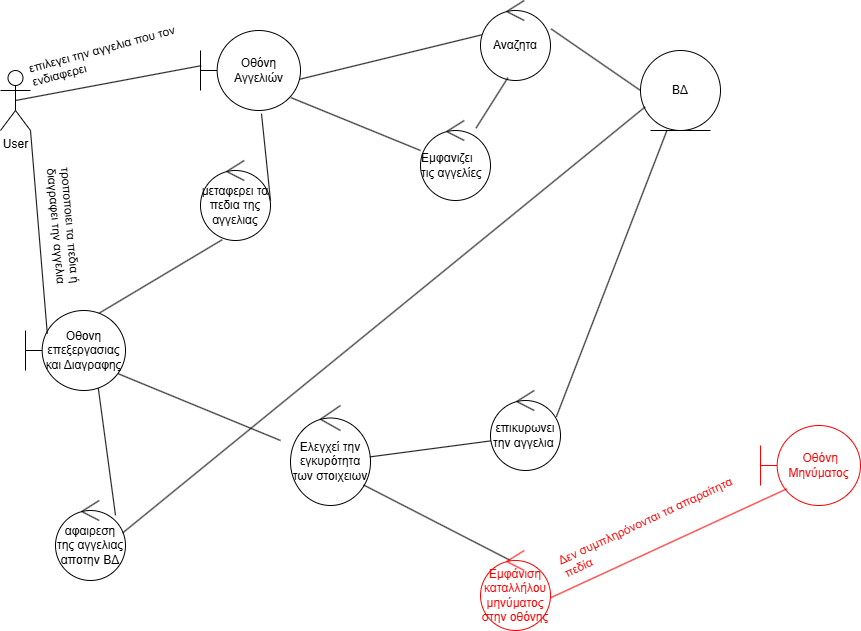
GeorgeTsav/Software-Technology---Project-2024-2025 keeps this draw.io diagram as RD-UC7.png. Above is the earlier version. Source tidied: cells renumbered, new cells last; positions are measured from the earlier drawing's top-left corner, leaving out a move shared by most shapes.
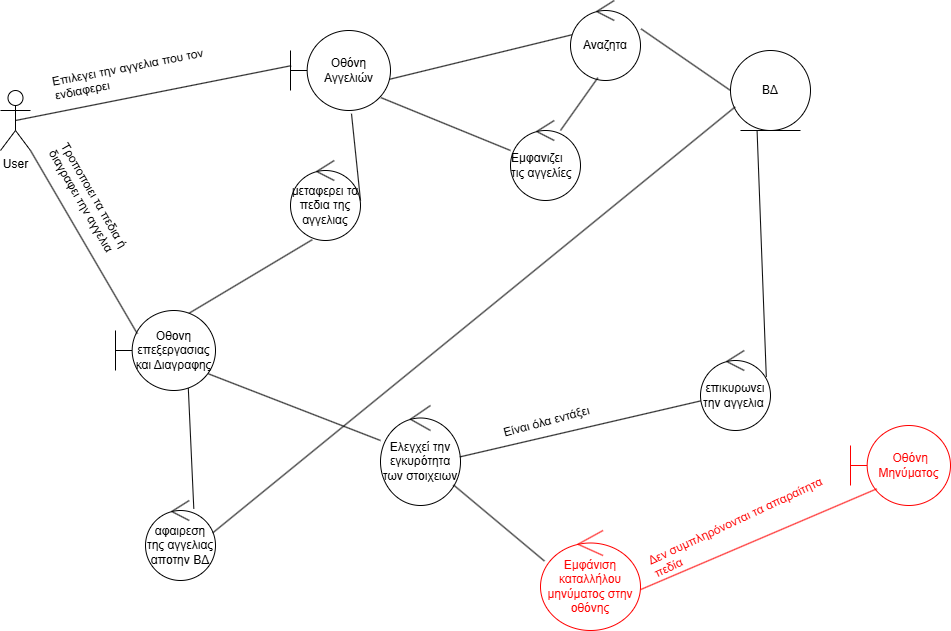
After the commit.

Diff of the diagram source:
```diff
@@ -3,7 +3,7 @@
     <mxCell id="0" />
     <mxCell id="1" parent="0" />
     <mxCell id="2" value="User" style="shape=umlActor;verticalLabelPosition=bottom;verticalAlign=top;html=1;outlineConnect=0;" parent="1" vertex="1">
-      <mxGeometry x="10" y="70" width="30" height="60" as="geometry" />
+      <mxGeometry x="-80" y="90" width="30" height="60" as="geometry" />
     </mxCell>
     <mxCell id="3" value="&lt;div style=&quot;text-align: left;&quot;&gt;&lt;span style=&quot;background-color: transparent; color: light-dark(rgb(0, 0, 0), rgb(255, 255, 255));&quot;&gt;Εμφανιζει τις αγγελίες&lt;/span&gt;&lt;/div&gt;" style="ellipse;shape=umlControl;whiteSpace=wrap;html=1;" parent="1" vertex="1">
       <mxGeometry x="430" y="120" width="70" height="80" as="geometry" />
@@ -17,7 +17,7 @@
     <mxCell id="6" value="Αναζητα" style="ellipse;shape=umlControl;whiteSpace=wrap;html=1;" parent="1" vertex="1">
       <mxGeometry x="490" width="70" height="80" as="geometry" />
     </mxCell>
-    <mxCell id="7" style="endArrow=none;html=1;rounded=0;exitX=0.391;exitY=0.965;exitDx=0;exitDy=0;exitPerimeter=0;" parent="1" edge="1" source="6" target="3">
+    <mxCell id="7" style="endArrow=none;html=1;rounded=0;exitX=0.391;exitY=0.965;exitDx=0;exitDy=0;exitPerimeter=0;entryX=0.714;entryY=0.125;entryDx=0;entryDy=0;entryPerimeter=0;" parent="1" edge="1" source="6" target="3">
       <mxGeometry relative="1" as="geometry" />
     </mxCell>
     <mxCell id="8" style="endArrow=none;html=1;rounded=0;exitX=1.009;exitY=0.355;exitDx=0;exitDy=0;exitPerimeter=0;entryX=0;entryY=0.5;entryDx=0;entryDy=0;" parent="1" edge="1" source="6" target="9">
@@ -29,8 +29,8 @@
     <mxCell id="10" style="endArrow=none;html=1;rounded=0;entryX=0.006;entryY=0.44;entryDx=0;entryDy=0;entryPerimeter=0;exitX=0.5;exitY=0.5;exitDx=0;exitDy=0;exitPerimeter=0;" parent="1" edge="1" source="2" target="4">
       <mxGeometry relative="1" as="geometry" />
     </mxCell>
-    <mxCell id="11" value="επιλεγει την αγγελια που τον ενδιαφερει" style="text;whiteSpace=wrap;html=1;rotation=-15;" parent="1" vertex="1">
-      <mxGeometry x="35" y="30" width="190" height="40" as="geometry" />
+    <mxCell id="11" value="Επιλεγει την αγγελια που τον ενδιαφερει" style="text;whiteSpace=wrap;html=1;rotation=-11;" parent="1" vertex="1">
+      <mxGeometry x="-30" y="50" width="190" height="40" as="geometry" />
     </mxCell>
     <mxCell id="12" style="endArrow=none;html=1;rounded=0;entryX=0.906;entryY=0.84;entryDx=0;entryDy=0;entryPerimeter=0;exitX=0;exitY=0.375;exitDx=0;exitDy=0;exitPerimeter=0;" parent="1" edge="1" source="3" target="4">
       <mxGeometry relative="1" as="geometry" />
@@ -44,16 +44,14 @@
     <mxCell id="15" style="endArrow=none;html=1;rounded=0;exitX=0.218;exitY=0.29;exitDx=0;exitDy=0;exitPerimeter=0;entryX=1;entryY=1;entryDx=0;entryDy=0;entryPerimeter=0;" parent="1" edge="1" source="14" target="2">
       <mxGeometry relative="1" as="geometry" />
     </mxCell>
-    <mxCell id="16" value="τροποποιει τα πεδια ή διαγραφει την αγγελια&amp;nbsp;" style="text;whiteSpace=wrap;html=1;rotation=85;" parent="1" vertex="1">
-      <mxGeometry y="220" width="150" height="40" as="geometry" />
+    <mxCell id="16" value="Τροποποιει τα πεδια ή διαγραφει την αγγελια&amp;nbsp;" style="text;whiteSpace=wrap;html=1;rotation=60;" parent="1" vertex="1">
+      <mxGeometry x="-60" y="190" width="150" height="40" as="geometry" />
     </mxCell>
     <mxCell id="17" value="επικυρωνει την αγγελια&amp;nbsp;" style="ellipse;shape=umlControl;whiteSpace=wrap;html=1;" parent="1" vertex="1">
-      <mxGeometry x="500" y="390" width="70" height="80" as="geometry" />
+      <mxGeometry x="620" y="350" width="70" height="80" as="geometry" />
     </mxCell>
-    <mxCell id="18" style="endArrow=none;html=1;rounded=0;entryX=0.926;entryY=0.79;entryDx=0;entryDy=0;entryPerimeter=0;" parent="1" edge="1" target="14">
-      <mxGeometry relative="1" as="geometry">
-        <mxPoint x="290" y="440" as="sourcePoint" />
-      </mxGeometry>
+    <mxCell id="18" style="endArrow=none;html=1;rounded=0;entryX=0.926;entryY=0.79;entryDx=0;entryDy=0;entryPerimeter=0;exitX=0;exitY=0.35;exitDx=0;exitDy=0;exitPerimeter=0;" parent="1" edge="1" source="19" target="14">
+      <mxGeometry relative="1" as="geometry" />
     </mxCell>
     <mxCell id="19" value="Ελεγχεί την εγκυρότητα των στοιχειων" style="ellipse;shape=umlControl;whiteSpace=wrap;html=1;" parent="1" vertex="1">
       <mxGeometry x="300" y="405" width="80" height="100" as="geometry" />
@@ -67,19 +65,17 @@
     <mxCell id="22" value="αφαιρεση της αγγελιας αποτην ΒΔ" style="ellipse;shape=umlControl;whiteSpace=wrap;html=1;" parent="1" vertex="1">
       <mxGeometry x="65" y="500" width="70" height="80" as="geometry" />
     </mxCell>
-    <mxCell id="23" style="endArrow=none;html=1;rounded=0;exitX=0.857;exitY=0.185;exitDx=0;exitDy=0;exitPerimeter=0;entryX=0.728;entryY=0.97;entryDx=0;entryDy=0;entryPerimeter=0;" parent="1" edge="1" source="22" target="14">
+    <mxCell id="23" style="endArrow=none;html=1;rounded=0;exitX=0.69;exitY=0.102;exitDx=0;exitDy=0;exitPerimeter=0;entryX=0.728;entryY=0.97;entryDx=0;entryDy=0;entryPerimeter=0;" parent="1" edge="1" source="22" target="14">
       <mxGeometry relative="1" as="geometry" />
     </mxCell>
     <mxCell id="24" style="endArrow=none;html=1;rounded=0;exitX=0.96;exitY=0.405;exitDx=0;exitDy=0;exitPerimeter=0;entryX=0.058;entryY=0.705;entryDx=0;entryDy=0;entryPerimeter=0;" parent="1" edge="1" source="22" target="9">
       <mxGeometry relative="1" as="geometry" />
     </mxCell>
-    <mxCell id="25" style="endArrow=none;html=1;rounded=0;exitX=0.912;exitY=0.794;exitDx=0;exitDy=0;exitPerimeter=0;" parent="1" edge="1" source="19">
-      <mxGeometry relative="1" as="geometry">
-        <mxPoint x="520" y="560" as="targetPoint" />
-      </mxGeometry>
+    <mxCell id="25" style="endArrow=none;html=1;rounded=0;exitX=0.912;exitY=0.794;exitDx=0;exitDy=0;exitPerimeter=0;entryX=0.039;entryY=0.305;entryDx=0;entryDy=0;entryPerimeter=0;" parent="1" edge="1" source="19" target="26">
+      <mxGeometry relative="1" as="geometry" />
     </mxCell>
     <mxCell id="26" value="&lt;font style=&quot;color: rgb(255, 0, 0);&quot;&gt;Εμφάνιση καταλλήλου μηνύματος στην οθόνης&lt;/font&gt;" style="ellipse;shape=umlControl;whiteSpace=wrap;html=1;strokeColor=#FF0000;" parent="1" vertex="1">
-      <mxGeometry x="490" y="550" width="70" height="80" as="geometry" />
+      <mxGeometry x="460" y="530" width="100" height="100" as="geometry" />
     </mxCell>
     <mxCell id="27" value="&lt;span style=&quot;color: rgb(255, 0, 0); text-align: left;&quot;&gt;&amp;nbsp;Οθόνη Μηνύματος&lt;/span&gt;" style="shape=umlBoundary;whiteSpace=wrap;html=1;strokeColor=#FF0000;" parent="1" vertex="1">
       <mxGeometry x="770" y="425" width="100" height="80" as="geometry" />
@@ -96,5 +92,8 @@
     <mxCell id="31" style="endArrow=none;html=1;rounded=0;entryX=0.61;entryY=1.04;entryDx=0;entryDy=0;entryPerimeter=0;exitX=1;exitY=0.5;exitDx=0;exitDy=0;exitPerimeter=0;" parent="1" edge="1" source="30" target="4">
       <mxGeometry relative="1" as="geometry" />
     </mxCell>
+    <mxCell id="32" value="Είναι όλα εντάξει" style="text;whiteSpace=wrap;html=1;rotation=-15;" parent="1" vertex="1">
+      <mxGeometry x="420" y="405" width="110" height="29.8" as="geometry" />
+    </mxCell>
   </root>
 </mxGraphModel>
```
